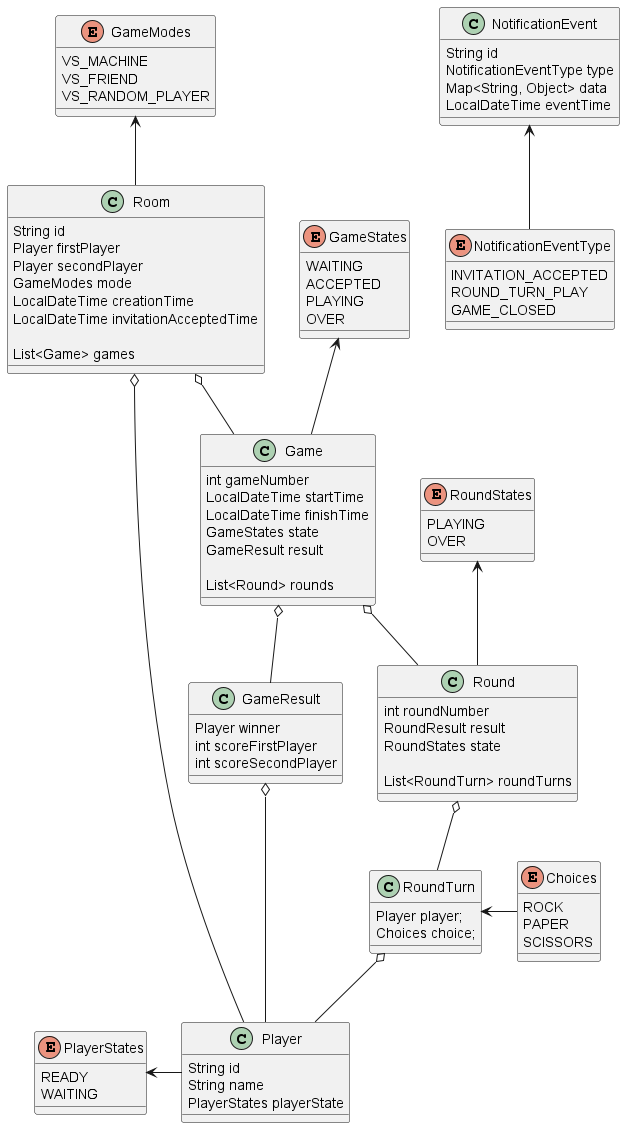
Earlier version of the PlantUML export plant-uml/rps-game-model.png (mmonchop/be-rpsgame). Source of this version:
```plantuml
@startuml


class Room {
    String id
    Player firstPlayer
    Player secondPlayer
    GameModes mode
    LocalDateTime creationTime
    LocalDateTime invitationAcceptedTime

    List<Game> games
}

class Game {
    int gameNumber
    LocalDateTime startTime
    LocalDateTime finishTime
    GameStates state
    GameResult result

    List<Round> rounds
}

class GameResult {
    Player winner
    int scoreFirstPlayer
    int scoreSecondPlayer
}

class RoundTurn {
    Player player;
    Choices choice;
}

class Round {
    int roundNumber
    RoundResult result
    RoundStates state

    List<RoundTurn> roundTurns
}

class Player {
    String id
    String name
    PlayerStates playerState
}

class NotificationEvent {
    String id
    NotificationEventType type
    Map<String, Object> data
    LocalDateTime eventTime
}

enum GameModes {
    VS_MACHINE
    VS_FRIEND
    VS_RANDOM_PLAYER
}

enum GameStates {
    WAITING
    ACCEPTED
    PLAYING
    OVER
}

enum RoundStates {
    PLAYING
    OVER
}

enum PlayerStates {
    READY
    WAITING
}

enum Choices {
    ROCK
    PAPER
    SCISSORS
}

enum NotificationEventType {
    INVITATION_ACCEPTED
    ROUND_TURN_PLAY
    GAME_CLOSED
}

Room o-- Game
Room o-- Player
GameModes <-- Room
Game o-- GameResult
GameStates <-- Game
GameResult o-- Player
PlayerStates <- Player
Game o-- Round
Round o-- RoundTurn
RoundStates <-- Round
RoundTurn o-- Player
RoundTurn <- Choices
NotificationEvent <-- NotificationEventType
@enduml
```
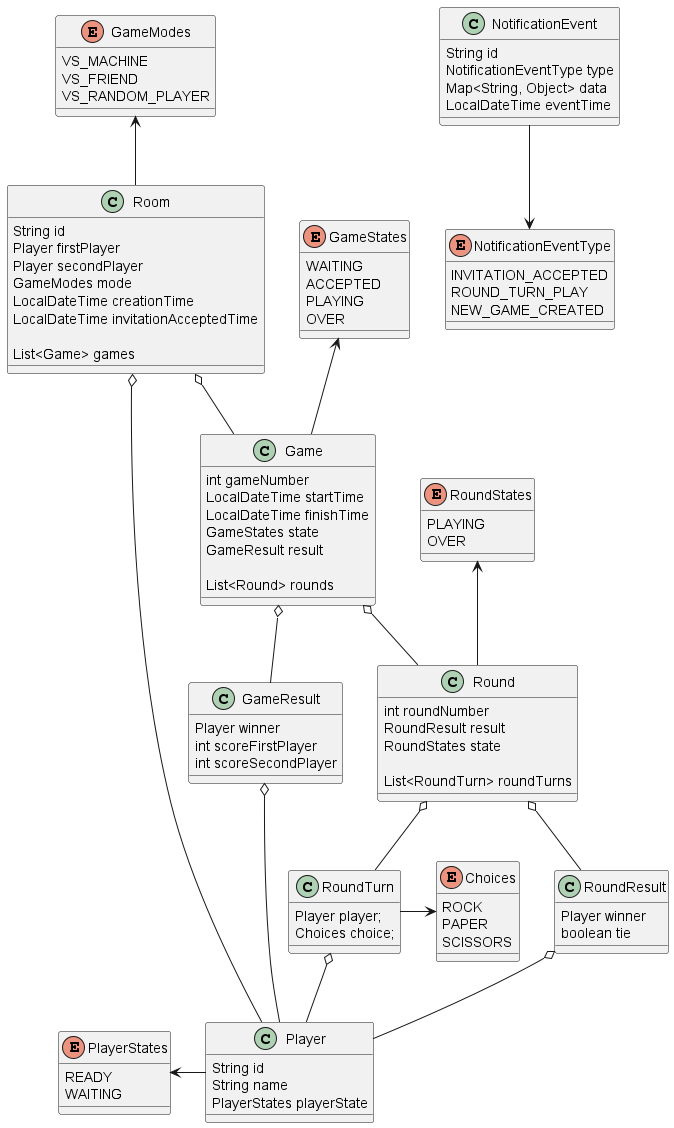
Above is the later version.

Commit message:
Modified UML diagram

The edit, as a diff of the source:
```diff
@@ -39,6 +39,11 @@
     RoundStates state
 
     List<RoundTurn> roundTurns
+}
+
+class RoundResult {
+    Player winner
+    boolean tie
 }
 
 class Player {
@@ -86,7 +91,7 @@
 enum NotificationEventType {
     INVITATION_ACCEPTED
     ROUND_TURN_PLAY
-    GAME_CLOSED
+    NEW_GAME_CREATED
 }
 
 Room o-- Game
@@ -98,8 +103,10 @@
 PlayerStates <- Player
 Game o-- Round
 Round o-- RoundTurn
+Round o-- RoundResult
 RoundStates <-- Round
 RoundTurn o-- Player
-RoundTurn <- Choices
-NotificationEvent <-- NotificationEventType
+RoundResult o-- Player
+RoundTurn -> Choices
+NotificationEvent --> NotificationEventType
 @enduml
```
